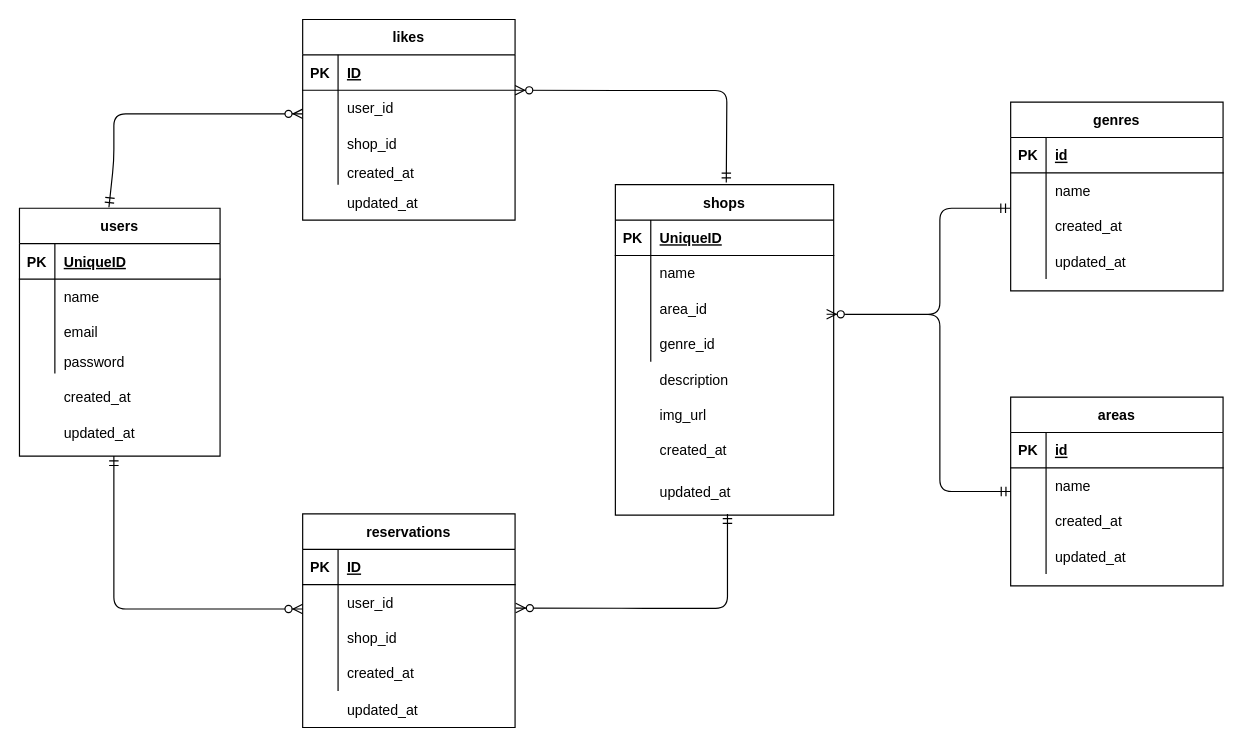
Earlier version of the draw.io diagram rese_laravel/er.dio (AkiyoshiSatoshi/Rese_laravel). Source tidied: cells renumbered, new cells numbered last; positions are measured from the earlier drawing's top-left corner, leaving out a move shared by most shapes. Both pictures are drawn from the tidied source at 118%, with x=0, y=0 at pixel (19, 19).
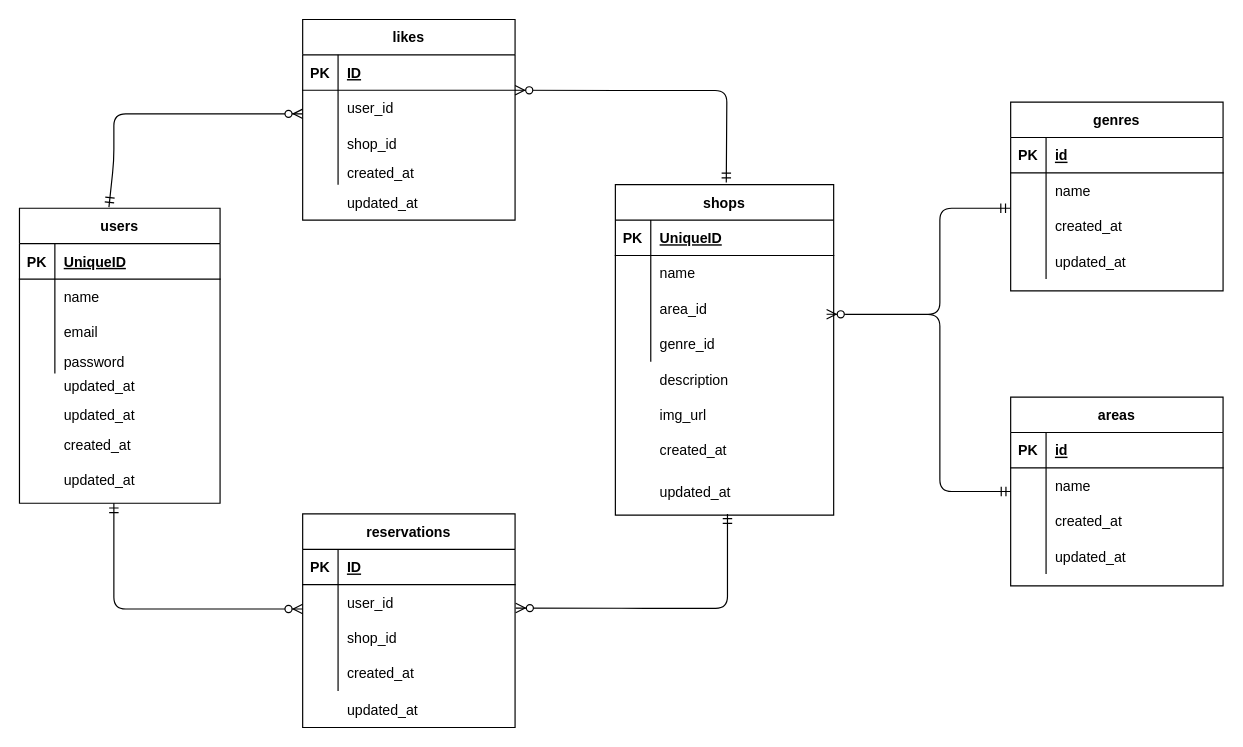
The same page after the edit.

Change to the diagram source:
```diff
@@
     <mxCell id="2" value="users" style="shape=table;startSize=30;childLayout=tableLayout;rowLines=0;fontStyle=1;align=center;" parent="1" vertex="1">
-      <mxGeometry y="160" width="170" height="210" as="geometry" />
+      <mxGeometry y="160" width="170" height="250" as="geometry" />
     </mxCell>
@@
     <mxCell id="81" style="fontSize=12;html=1;endArrow=ERzeroToMany;startArrow=ERmandOne;" parent="1" edge="1">
       <mxGeometry relative="1" as="geometry">
-        <mxPoint x="80" y="370" as="sourcePoint" />
+        <mxPoint x="80" y="410" as="sourcePoint" />
         <mxPoint x="240" y="499.6" as="targetPoint" />
         <Array as="points">
           <mxPoint x="80" y="499.6" />
           <mxPoint x="200" y="499.6" />
         </Array>
       </mxGeometry>
     </mxCell>
@@
     <mxCell id="92" value="created_at" style="shape=partialRectangle;fillColor=none;top=0;left=0;bottom=0;right=0;align=left;spacingLeft=6;overflow=hidden;" parent="1" vertex="1">
-      <mxGeometry x="30" y="310" width="140" height="20" as="geometry" />
+      <mxGeometry x="30" y="350" width="140" height="20" as="geometry" />
     </mxCell>
     <mxCell id="93" value="updated_at" style="shape=partialRectangle;fillColor=none;top=0;left=0;bottom=0;right=0;align=left;spacingLeft=6;overflow=hidden;" parent="1" vertex="1">
-      <mxGeometry x="30" y="340" width="140" height="20" as="geometry" />
+      <mxGeometry x="30" y="380" width="140" height="20" as="geometry" />
     </mxCell>
+    <mxCell id="94" value="updated_at" style="shape=partialRectangle;fillColor=none;top=0;left=0;bottom=0;right=0;align=left;spacingLeft=6;overflow=hidden;" parent="1" vertex="1">
+      <mxGeometry x="30" y="300" width="140" height="20" as="geometry" />
+    </mxCell>
+    <mxCell id="95" value="updated_at" style="shape=partialRectangle;fillColor=none;top=0;left=0;bottom=0;right=0;align=left;spacingLeft=6;overflow=hidden;" parent="1" vertex="1">
+      <mxGeometry x="30" y="325" width="140" height="20" as="geometry" />
+    </mxCell>
```
